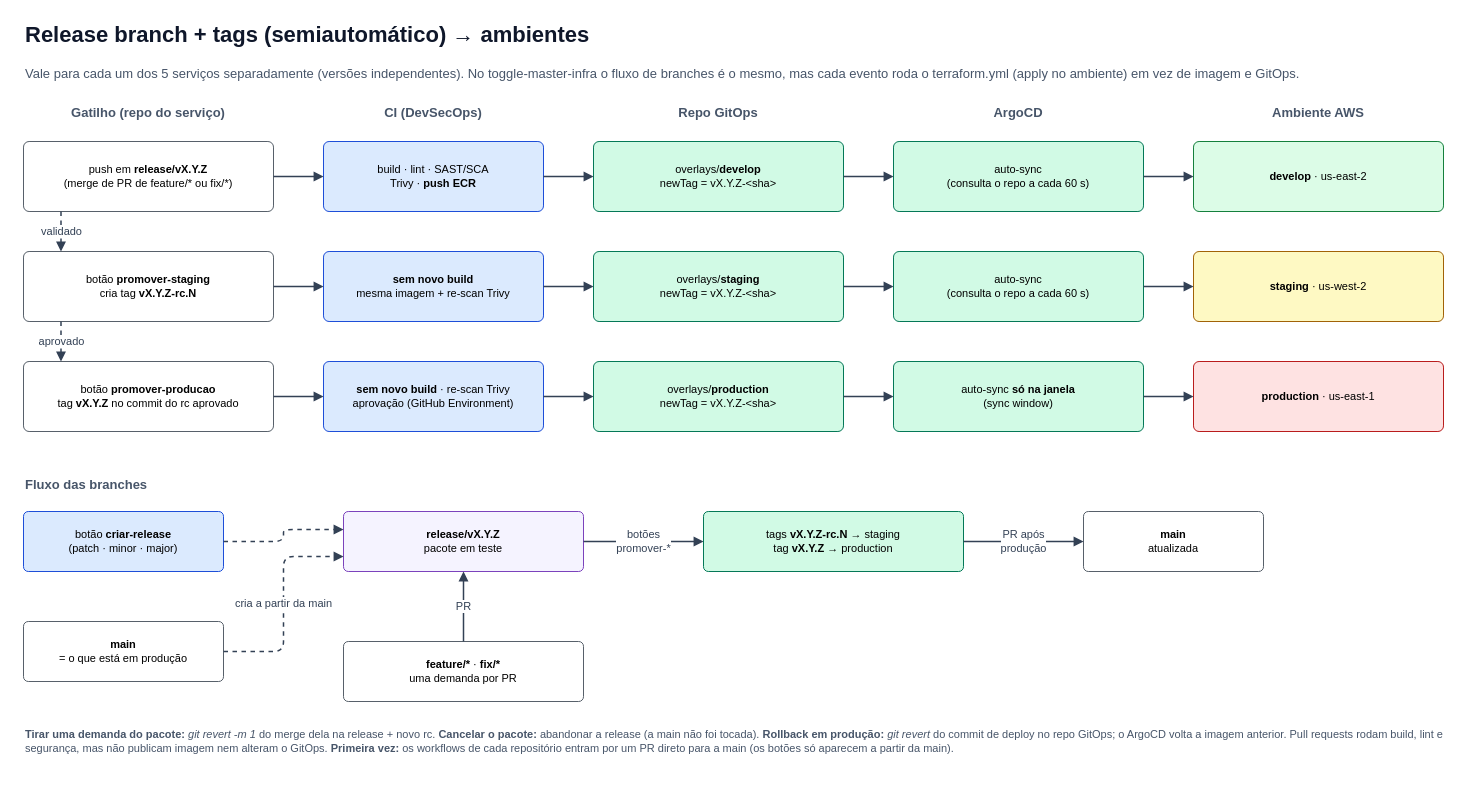
Before: page "2. Branches e ambientes" (2 of 2) of docs/fase3-cicd-gitops.drawio in FIAP-PosTech-DevOps/toggle-master-infra, a draw.io diagram. Source tidied: cells renumbered, new cells numbered last; positions are measured from the earlier drawing's top-left corner, leaving out a move shared by most shapes. Both pictures are drawn from the tidied source at 100%, with x=0, y=0 at pixel (23, 17).
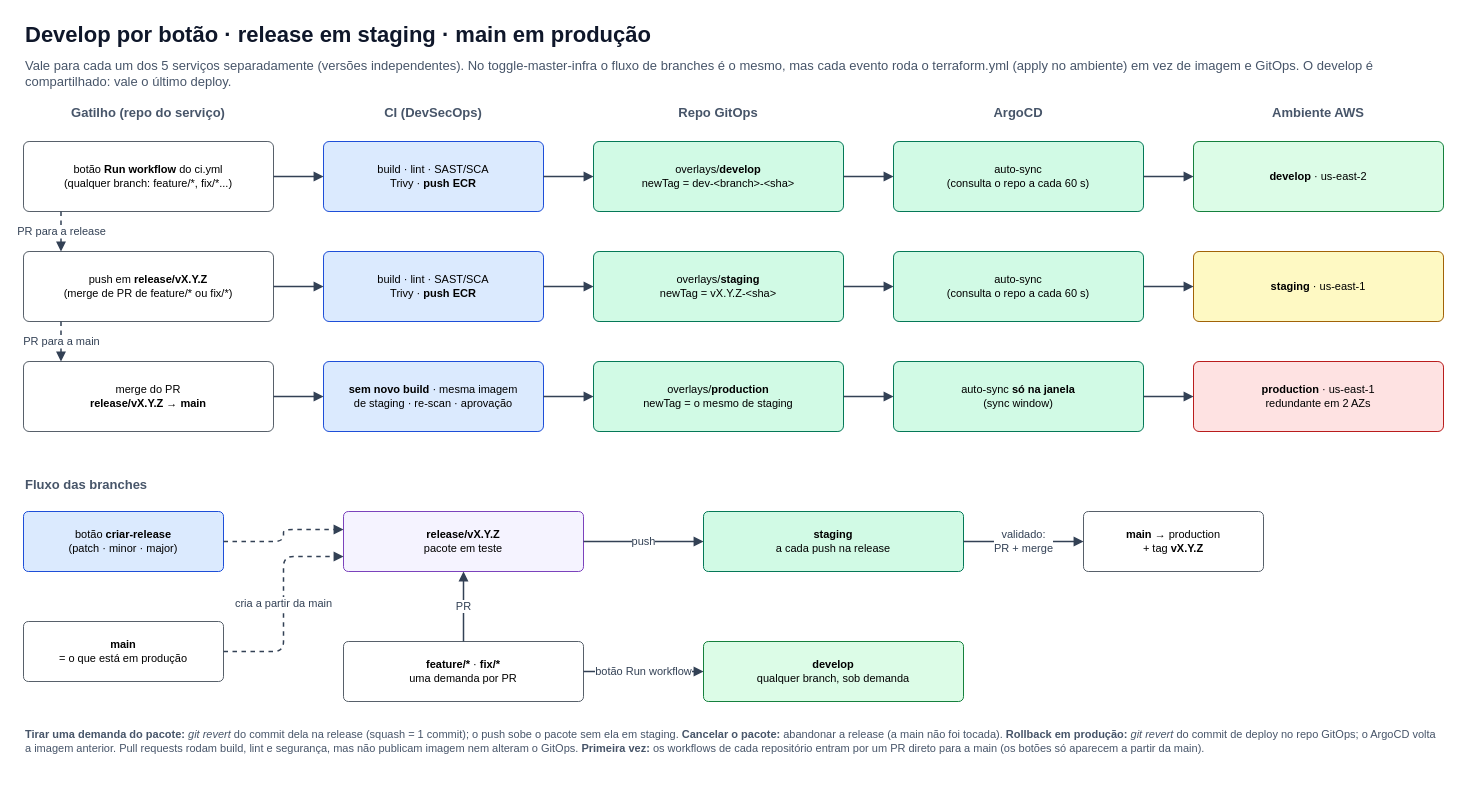
Above is the later version.

The change refers to these unchanged cells:
```xml
<mxCell id="27" value="&lt;b&gt;release/vX.Y.Z&lt;/b&gt;&lt;br&gt;pacote em teste" style="rounded=1;arcSize=8;fillColor=#F5F3FF;strokeColor=#7B42BC;fontSize=11;html=1;whiteSpace=wrap;fontFamily=Helvetica;" parent="1" vertex="1">
  <mxGeometry x="320" y="494" width="240" height="60" as="geometry" />
</mxCell>
<mxCell id="28" value="&lt;b&gt;feature/*&lt;/b&gt; · &lt;b&gt;fix/*&lt;/b&gt;&lt;br&gt;uma demanda por PR" style="rounded=1;arcSize=8;fillColor=#FFFFFF;strokeColor=#57606A;fontSize=11;html=1;whiteSpace=wrap;fontFamily=Helvetica;" parent="1" vertex="1">
  <mxGeometry x="320" y="624" width="240" height="60" as="geometry" />
</mxCell>
```

Diff of the diagram source:
```diff
@@
-    <mxCell id="2" value="Release branch + tags (semiautomático) → ambientes" style="text;align=left;verticalAlign=middle;fontSize=22;fontStyle=1;fontColor=#0F172A;html=1;whiteSpace=wrap;fontFamily=Helvetica;" parent="1" vertex="1">
+    <mxCell id="2" value="Develop por botão · release em staging · main em produção" style="text;align=left;verticalAlign=middle;fontSize=22;fontStyle=1;fontColor=#0F172A;html=1;whiteSpace=wrap;fontFamily=Helvetica;" parent="1" vertex="1">
       <mxGeometry width="1100" height="36" as="geometry" />
     </mxCell>
-    <mxCell id="3" value="Vale para cada um dos 5 serviços separadamente (versões independentes). No toggle-master-infra o fluxo de branches é o mesmo, mas cada evento roda o terraform.yml (apply no ambiente) em vez de imagem e GitOps." style="text;align=left;verticalAlign=middle;fontSize=13;fontColor=#475569;html=1;whiteSpace=wrap;fontFamily=Helvetica;" parent="1" vertex="1">
+    <mxCell id="3" value="Vale para cada um dos 5 serviços separadamente (versões independentes). No toggle-master-infra o fluxo de branches é o mesmo, mas cada evento roda o terraform.yml (apply no ambiente) em vez de imagem e GitOps. O develop é compartilhado: vale o último deploy." style="text;align=left;verticalAlign=middle;fontSize=13;fontColor=#475569;html=1;whiteSpace=wrap;fontFamily=Helvetica;" parent="1" vertex="1">
       <mxGeometry y="36" width="1420" height="40" as="geometry" />
     </mxCell>
@@
-    <mxCell id="9" value="push em &lt;b&gt;release/vX.Y.Z&lt;/b&gt;&lt;br&gt;(merge de PR de feature/* ou fix/*)" style="rounded=1;arcSize=8;fillColor=#FFFFFF;strokeColor=#57606A;fontSize=11;html=1;whiteSpace=wrap;fontFamily=Helvetica;" parent="1" vertex="1">
+    <mxCell id="9" value="botão &lt;b&gt;Run workflow&lt;/b&gt; do ci.yml&lt;br&gt;(qualquer branch: feature/*, fix/*...)" style="rounded=1;arcSize=8;fillColor=#FFFFFF;strokeColor=#57606A;fontSize=11;html=1;whiteSpace=wrap;fontFamily=Helvetica;" parent="1" vertex="1">
       <mxGeometry y="124" width="250" height="70" as="geometry" />
     </mxCell>
@@
-    <mxCell id="11" value="overlays/&lt;b&gt;develop&lt;/b&gt;&lt;br&gt;newTag = vX.Y.Z-&amp;lt;sha&amp;gt;" style="rounded=1;arcSize=8;fillColor=#D1FAE5;strokeColor=#047857;fontSize=11;html=1;whiteSpace=wrap;fontFamily=Helvetica;" parent="1" vertex="1">
+    <mxCell id="11" value="overlays/&lt;b&gt;develop&lt;/b&gt;&lt;br&gt;newTag = dev-&amp;lt;branch&amp;gt;-&amp;lt;sha&amp;gt;" style="rounded=1;arcSize=8;fillColor=#D1FAE5;strokeColor=#047857;fontSize=11;html=1;whiteSpace=wrap;fontFamily=Helvetica;" parent="1" vertex="1">
       <mxGeometry x="570" y="124" width="250" height="70" as="geometry" />
     </mxCell>
@@
-    <mxCell id="14" value="botão &lt;b&gt;promover-staging&lt;/b&gt;&lt;br&gt;cria tag &lt;b&gt;vX.Y.Z-rc.N&lt;/b&gt;" style="rounded=1;arcSize=8;fillColor=#FFFFFF;strokeColor=#57606A;fontSize=11;html=1;whiteSpace=wrap;fontFamily=Helvetica;" parent="1" vertex="1">
+    <mxCell id="14" value="push em &lt;b&gt;release/vX.Y.Z&lt;/b&gt;&lt;br&gt;(merge de PR de feature/* ou fix/*)" style="rounded=1;arcSize=8;fillColor=#FFFFFF;strokeColor=#57606A;fontSize=11;html=1;whiteSpace=wrap;fontFamily=Helvetica;" parent="1" vertex="1">
       <mxGeometry y="234" width="250" height="70" as="geometry" />
     </mxCell>
-    <mxCell id="15" value="&lt;b&gt;sem novo build&lt;/b&gt;&lt;br&gt;mesma imagem + re-scan Trivy" style="rounded=1;arcSize=8;fillColor=#DBEAFE;strokeColor=#1D4ED8;fontSize=11;html=1;whiteSpace=wrap;fontFamily=Helvetica;verticalAlign=middle;" parent="1" vertex="1">
+    <mxCell id="15" value="build · lint · SAST/SCA&lt;br&gt;Trivy · &lt;b&gt;push ECR&lt;/b&gt;" style="rounded=1;arcSize=8;fillColor=#DBEAFE;strokeColor=#1D4ED8;fontSize=11;html=1;whiteSpace=wrap;fontFamily=Helvetica;verticalAlign=middle;" parent="1" vertex="1">
       <mxGeometry x="300" y="234" width="220" height="70" as="geometry" />
     </mxCell>
@@
-    <mxCell id="18" value="&lt;b&gt;staging&lt;/b&gt; · us-west-2" style="rounded=1;arcSize=8;fillColor=#FEF9C3;strokeColor=#A16207;fontSize=11;html=1;whiteSpace=wrap;fontFamily=Helvetica;" parent="1" vertex="1">
+    <mxCell id="18" value="&lt;b&gt;staging&lt;/b&gt; · us-east-1" style="rounded=1;arcSize=8;fillColor=#FEF9C3;strokeColor=#A16207;fontSize=11;html=1;whiteSpace=wrap;fontFamily=Helvetica;" parent="1" vertex="1">
       <mxGeometry x="1170" y="234" width="250" height="70" as="geometry" />
     </mxCell>
-    <mxCell id="19" value="botão &lt;b&gt;promover-producao&lt;/b&gt;&lt;br&gt;tag &lt;b&gt;vX.Y.Z&lt;/b&gt; no commit do rc aprovado" style="rounded=1;arcSize=8;fillColor=#FFFFFF;strokeColor=#57606A;fontSize=11;html=1;whiteSpace=wrap;fontFamily=Helvetica;" parent="1" vertex="1">
+    <mxCell id="19" value="merge do PR&lt;br&gt;&lt;b&gt;release/vX.Y.Z → main&lt;/b&gt;" style="rounded=1;arcSize=8;fillColor=#FFFFFF;strokeColor=#57606A;fontSize=11;html=1;whiteSpace=wrap;fontFamily=Helvetica;" parent="1" vertex="1">
       <mxGeometry y="344" width="250" height="70" as="geometry" />
     </mxCell>
-    <mxCell id="20" value="&lt;b&gt;sem novo build&lt;/b&gt; · re-scan Trivy&lt;br&gt;aprovação (GitHub Environment)" style="rounded=1;arcSize=8;fillColor=#DBEAFE;strokeColor=#1D4ED8;fontSize=11;html=1;whiteSpace=wrap;fontFamily=Helvetica;verticalAlign=middle;" parent="1" vertex="1">
+    <mxCell id="20" value="&lt;b&gt;sem novo build&lt;/b&gt; · mesma imagem&lt;br&gt;de staging · re-scan · aprovação" style="rounded=1;arcSize=8;fillColor=#DBEAFE;strokeColor=#1D4ED8;fontSize=11;html=1;whiteSpace=wrap;fontFamily=Helvetica;verticalAlign=middle;" parent="1" vertex="1">
       <mxGeometry x="300" y="344" width="220" height="70" as="geometry" />
     </mxCell>
-    <mxCell id="21" value="overlays/&lt;b&gt;production&lt;/b&gt;&lt;br&gt;newTag = vX.Y.Z-&amp;lt;sha&amp;gt;" style="rounded=1;arcSize=8;fillColor=#D1FAE5;strokeColor=#047857;fontSize=11;html=1;whiteSpace=wrap;fontFamily=Helvetica;" parent="1" vertex="1">
+    <mxCell id="21" value="overlays/&lt;b&gt;production&lt;/b&gt;&lt;br&gt;newTag = o mesmo de staging" style="rounded=1;arcSize=8;fillColor=#D1FAE5;strokeColor=#047857;fontSize=11;html=1;whiteSpace=wrap;fontFamily=Helvetica;" parent="1" vertex="1">
       <mxGeometry x="570" y="344" width="250" height="70" as="geometry" />
     </mxCell>
@@
-    <mxCell id="23" value="&lt;b&gt;production&lt;/b&gt; · us-east-1" style="rounded=1;arcSize=8;fillColor=#FEE2E2;strokeColor=#B91C1C;fontSize=11;html=1;whiteSpace=wrap;fontFamily=Helvetica;" parent="1" vertex="1">
+    <mxCell id="23" value="&lt;b&gt;production&lt;/b&gt; · us-east-1&lt;br&gt;redundante em 2 AZs" style="rounded=1;arcSize=8;fillColor=#FEE2E2;strokeColor=#B91C1C;fontSize=11;html=1;whiteSpace=wrap;fontFamily=Helvetica;" parent="1" vertex="1">
       <mxGeometry x="1170" y="344" width="250" height="70" as="geometry" />
     </mxCell>
@@
-    <mxCell id="29" value="tags &lt;b&gt;vX.Y.Z-rc.N&lt;/b&gt; → staging&lt;br&gt;tag &lt;b&gt;vX.Y.Z&lt;/b&gt; → production" style="rounded=1;arcSize=8;fillColor=#D1FAE5;strokeColor=#047857;fontSize=11;html=1;whiteSpace=wrap;fontFamily=Helvetica;" parent="1" vertex="1">
+    <mxCell id="29" value="&lt;b&gt;staging&lt;/b&gt;&lt;br&gt;a cada push na release" style="rounded=1;arcSize=8;fillColor=#D1FAE5;strokeColor=#047857;fontSize=11;html=1;whiteSpace=wrap;fontFamily=Helvetica;" parent="1" vertex="1">
       <mxGeometry x="680" y="494" width="260" height="60" as="geometry" />
     </mxCell>
-    <mxCell id="30" value="&lt;b&gt;main&lt;/b&gt;&lt;br&gt;atualizada" style="rounded=1;arcSize=8;fillColor=#FFFFFF;strokeColor=#57606A;fontSize=11;html=1;whiteSpace=wrap;fontFamily=Helvetica;" parent="1" vertex="1">
+    <mxCell id="30" value="&lt;b&gt;main&lt;/b&gt; → production&lt;br&gt;+ tag &lt;b&gt;vX.Y.Z&lt;/b&gt;" style="rounded=1;arcSize=8;fillColor=#FFFFFF;strokeColor=#57606A;fontSize=11;html=1;whiteSpace=wrap;fontFamily=Helvetica;" parent="1" vertex="1">
       <mxGeometry x="1060" y="494" width="180" height="60" as="geometry" />
     </mxCell>
+    <mxCell id="51" value="&lt;b&gt;develop&lt;/b&gt;&lt;br&gt;qualquer branch, sob demanda" style="rounded=1;arcSize=8;fillColor=#DCFCE7;strokeColor=#15803D;fontSize=11;html=1;whiteSpace=wrap;fontFamily=Helvetica;" parent="1" vertex="1">
+      <mxGeometry x="680" y="624" width="260" height="60" as="geometry" />
+    </mxCell>
-    <mxCell id="31" value="&lt;b&gt;Tirar uma demanda do pacote:&lt;/b&gt; &lt;i&gt;git revert -m 1&lt;/i&gt; do merge dela na release + novo rc. &lt;b&gt;Cancelar o pacote:&lt;/b&gt; abandonar a release (a main não foi tocada). &lt;b&gt;Rollback em produção:&lt;/b&gt; &lt;i&gt;git revert&lt;/i&gt; do commit de deploy no repo GitOps; o ArgoCD volta a imagem anterior. Pull requests rodam build, lint e segurança, mas não publicam imagem nem alteram o GitOps. &lt;b&gt;Primeira vez:&lt;/b&gt; os workflows de cada repositório entram por um PR direto para a main (os botões só aparecem a partir da main)." style="text;align=left;verticalAlign=middle;fontSize=11;fontColor=#475569;html=1;whiteSpace=wrap;fontFamily=Helvetica;" parent="1" vertex="1">
+    <mxCell id="31" value="&lt;b&gt;Tirar uma demanda do pacote:&lt;/b&gt; &lt;i&gt;git revert&lt;/i&gt; do commit dela na release (squash = 1 commit); o push sobe o pacote sem ela em staging. &lt;b&gt;Cancelar o pacote:&lt;/b&gt; abandonar a release (a main não foi tocada). &lt;b&gt;Rollback em produção:&lt;/b&gt; &lt;i&gt;git revert&lt;/i&gt; do commit de deploy no repo GitOps; o ArgoCD volta a imagem anterior. Pull requests rodam build, lint e segurança, mas não publicam imagem nem alteram o GitOps. &lt;b&gt;Primeira vez:&lt;/b&gt; os workflows de cada repositório entram por um PR direto para a main (os botões só aparecem a partir da main)." style="text;align=left;verticalAlign=middle;fontSize=11;fontColor=#475569;html=1;whiteSpace=wrap;fontFamily=Helvetica;" parent="1" vertex="1">
       <mxGeometry y="694" width="1420" height="60" as="geometry" />
     </mxCell>
@@
-    <mxCell id="44" value="validado" style="edgeStyle=orthogonalEdgeStyle;rounded=1;jettySize=auto;html=1;endArrow=block;endFill=1;strokeWidth=1.5;fontSize=11;labelBackgroundColor=#FFFFFF;strokeColor=#334155;fontColor=#334155;dashed=1;exitX=0.15;exitY=1;exitDx=0;exitDy=0;entryX=0.15;entryY=0;entryDx=0;entryDy=0;" parent="1" edge="1" source="9" target="14">
+    <mxCell id="44" value="PR para a release" style="edgeStyle=orthogonalEdgeStyle;rounded=1;jettySize=auto;html=1;endArrow=block;endFill=1;strokeWidth=1.5;fontSize=11;labelBackgroundColor=#FFFFFF;strokeColor=#334155;fontColor=#334155;dashed=1;exitX=0.15;exitY=1;exitDx=0;exitDy=0;entryX=0.15;entryY=0;entryDx=0;entryDy=0;" parent="1" edge="1" source="9" target="14">
       <mxGeometry relative="1" as="geometry" />
     </mxCell>
-    <mxCell id="45" value="aprovado" style="edgeStyle=orthogonalEdgeStyle;rounded=1;jettySize=auto;html=1;endArrow=block;endFill=1;strokeWidth=1.5;fontSize=11;labelBackgroundColor=#FFFFFF;strokeColor=#334155;fontColor=#334155;dashed=1;exitX=0.15;exitY=1;exitDx=0;exitDy=0;entryX=0.15;entryY=0;entryDx=0;entryDy=0;" parent="1" edge="1" source="14" target="19">
+    <mxCell id="45" value="PR para a main" style="edgeStyle=orthogonalEdgeStyle;rounded=1;jettySize=auto;html=1;endArrow=block;endFill=1;strokeWidth=1.5;fontSize=11;labelBackgroundColor=#FFFFFF;strokeColor=#334155;fontColor=#334155;dashed=1;exitX=0.15;exitY=1;exitDx=0;exitDy=0;entryX=0.15;entryY=0;entryDx=0;entryDy=0;" parent="1" edge="1" source="14" target="19">
       <mxGeometry relative="1" as="geometry" />
     </mxCell>
@@
-    <mxCell id="49" value="botões&lt;br&gt;promover-*" style="edgeStyle=orthogonalEdgeStyle;rounded=1;jettySize=auto;html=1;endArrow=block;endFill=1;strokeWidth=1.5;fontSize=11;labelBackgroundColor=#FFFFFF;strokeColor=#334155;fontColor=#334155;exitX=1;exitY=0.5;exitDx=0;exitDy=0;entryX=0;entryY=0.5;entryDx=0;entryDy=0;" parent="1" edge="1" source="27" target="29">
+    <mxCell id="49" value="push" style="edgeStyle=orthogonalEdgeStyle;rounded=1;jettySize=auto;html=1;endArrow=block;endFill=1;strokeWidth=1.5;fontSize=11;labelBackgroundColor=#FFFFFF;strokeColor=#334155;fontColor=#334155;exitX=1;exitY=0.5;exitDx=0;exitDy=0;entryX=0;entryY=0.5;entryDx=0;entryDy=0;" parent="1" edge="1" source="27" target="29">
       <mxGeometry relative="1" as="geometry" />
     </mxCell>
-    <mxCell id="50" value="PR após&lt;br&gt;produção" style="edgeStyle=orthogonalEdgeStyle;rounded=1;jettySize=auto;html=1;endArrow=block;endFill=1;strokeWidth=1.5;fontSize=11;labelBackgroundColor=#FFFFFF;strokeColor=#334155;fontColor=#334155;exitX=1;exitY=0.5;exitDx=0;exitDy=0;entryX=0;entryY=0.5;entryDx=0;entryDy=0;" parent="1" edge="1" source="29" target="30">
+    <mxCell id="50" value="validado:&lt;br&gt;PR + merge" style="edgeStyle=orthogonalEdgeStyle;rounded=1;jettySize=auto;html=1;endArrow=block;endFill=1;strokeWidth=1.5;fontSize=11;labelBackgroundColor=#FFFFFF;strokeColor=#334155;fontColor=#334155;exitX=1;exitY=0.5;exitDx=0;exitDy=0;entryX=0;entryY=0.5;entryDx=0;entryDy=0;" parent="1" edge="1" source="29" target="30">
       <mxGeometry relative="1" as="geometry" />
     </mxCell>
+    <mxCell id="52" value="botão Run workflow" style="edgeStyle=orthogonalEdgeStyle;rounded=1;jettySize=auto;html=1;endArrow=block;endFill=1;strokeWidth=1.5;fontSize=11;labelBackgroundColor=#FFFFFF;strokeColor=#334155;fontColor=#334155;exitX=1;exitY=0.5;exitDx=0;exitDy=0;entryX=0;entryY=0.5;entryDx=0;entryDy=0;" parent="1" edge="1" source="28" target="51">
+      <mxGeometry relative="1" as="geometry" />
+    </mxCell>
```
